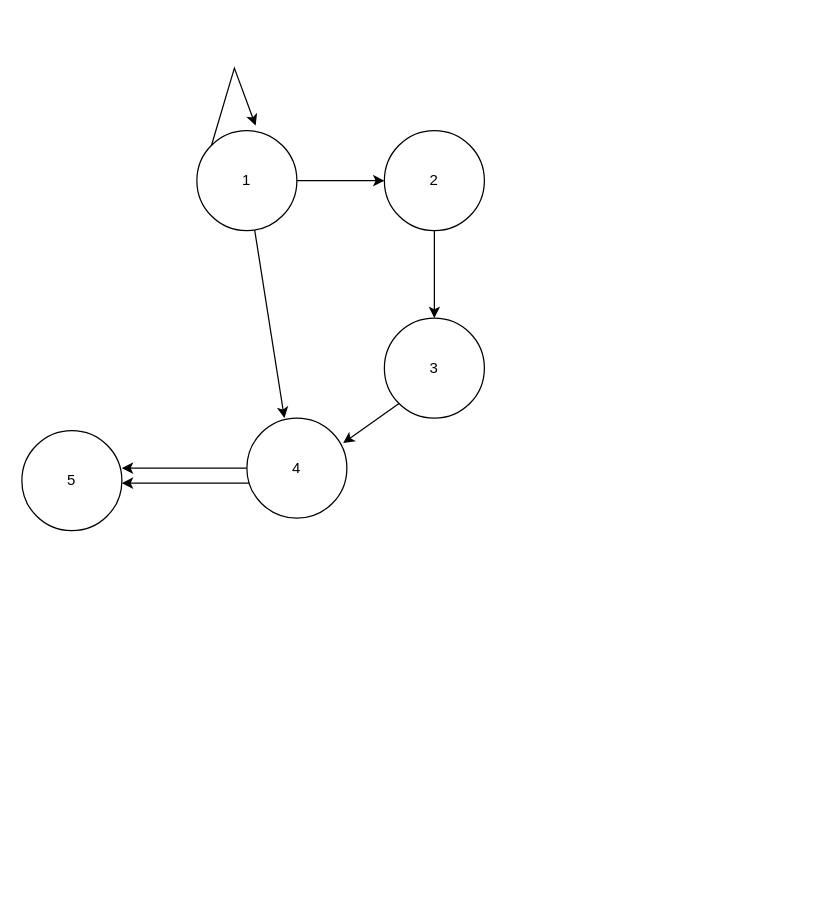
Above: cs224w_hw1.drawio in rajdeepd/draw_io (draw.io), before the change. Source tidied: cells renumbered, new cells numbered last; positions are measured from the earlier drawing's top-left corner, leaving out a move shared by most shapes. Both pictures are drawn from the tidied source at 125%, with x=0, y=0 at pixel (21, 68).
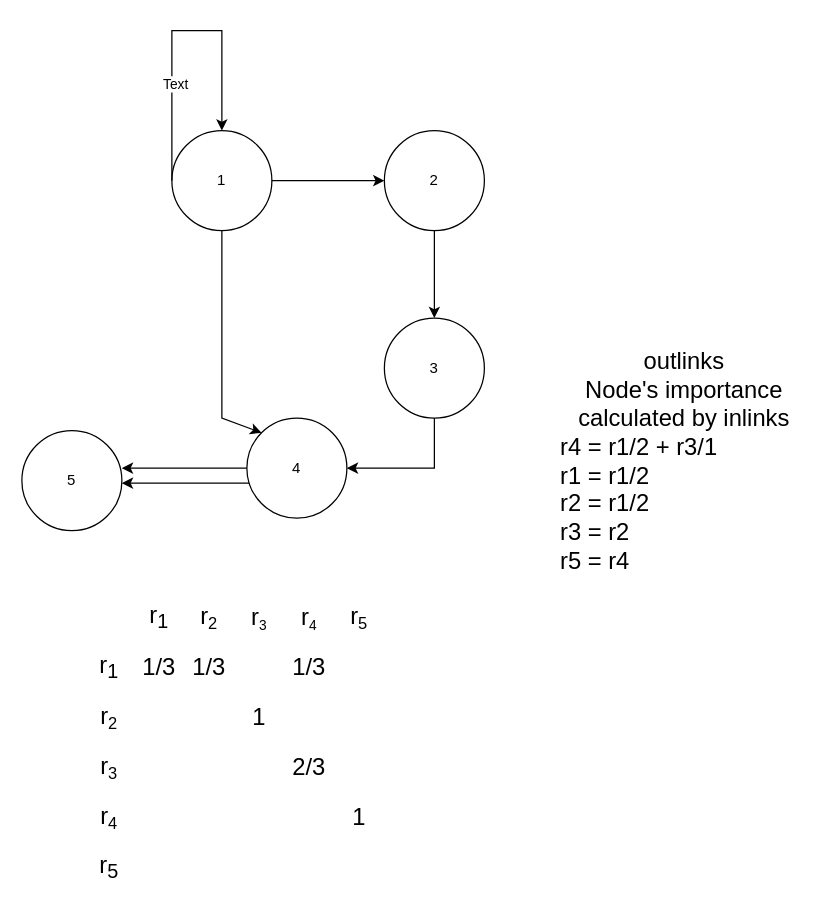
The same diagram, later.

Unchanged cells that the change refers to:
```xml
<mxCell id="4" value="3" style="ellipse;whiteSpace=wrap;html=1;" parent="1" vertex="1">
  <mxGeometry x="290" y="200" width="80" height="80" as="geometry" />
</mxCell>
<mxCell id="7" value="4" style="ellipse;whiteSpace=wrap;html=1;" parent="1" vertex="1">
  <mxGeometry x="180" y="280" width="80" height="80" as="geometry" />
</mxCell>
```

The edit, as a diff of the source:
```diff
@@
     <mxCell id="2" value="1" style="ellipse;whiteSpace=wrap;html=1;" parent="1" vertex="1">
-      <mxGeometry x="140" y="50" width="80" height="80" as="geometry" />
+      <mxGeometry x="120" y="50" width="80" height="80" as="geometry" />
     </mxCell>
@@
-    <mxCell id="9" style="endArrow=classic;html=1;rounded=0;exitX=0;exitY=1;exitDx=0;exitDy=0;entryX=0.963;entryY=0.25;entryDx=0;entryDy=0;entryPerimeter=0;" parent="1" edge="1" source="4" target="7">
-      <mxGeometry relative="1" as="geometry" />
+    <mxCell id="9" style="endArrow=classic;html=1;rounded=0;exitX=0.5;exitY=1;exitDx=0;exitDy=0;entryX=1;entryY=0.5;entryDx=0;entryDy=0;" parent="1" edge="1" source="4" target="7">
+      <mxGeometry relative="1" as="geometry">
+        <Array as="points">
+          <mxPoint x="330" y="320" />
+        </Array>
+      </mxGeometry>
     </mxCell>
@@
-    <mxCell id="11" style="endArrow=classic;html=1;rounded=0;entryX=0.375;entryY=0;entryDx=0;entryDy=0;entryPerimeter=0;" parent="1" edge="1" source="2" target="7">
-      <mxGeometry relative="1" as="geometry" />
+    <mxCell id="11" style="endArrow=classic;html=1;rounded=0;entryX=0;entryY=0;entryDx=0;entryDy=0;" parent="1" edge="1" source="2" target="7">
+      <mxGeometry relative="1" as="geometry">
+        <Array as="points">
+          <mxPoint x="160" y="200" />
+          <mxPoint x="160" y="280" />
+        </Array>
+      </mxGeometry>
     </mxCell>
@@
-    <mxCell id="13" style="edgeStyle=elbowEdgeStyle;elbow=vertical;endArrow=classic;html=1;rounded=0;exitX=0;exitY=0;exitDx=0;exitDy=0;entryX=0.588;entryY=-0.05;entryDx=0;entryDy=0;entryPerimeter=0;" parent="1" edge="1" source="2" target="2">
+    <mxCell id="13" style="edgeStyle=elbowEdgeStyle;elbow=horizontal;endArrow=classic;html=1;rounded=0;exitX=0;exitY=0.5;exitDx=0;exitDy=0;entryX=0.5;entryY=0;entryDx=0;entryDy=0;" parent="1" edge="1" source="2" target="2">
       <mxGeometry relative="1" as="geometry">
         <Array as="points">
-          <mxPoint x="170" />
+          <mxPoint x="160" y="-30" />
+          <mxPoint x="110" y="30" />
+          <mxPoint x="170" y="-20" />
+          <mxPoint x="190" y="-20" />
         </Array>
       </mxGeometry>
     </mxCell>
+    <mxCell id="14" value="Text" style="edgeLabel;html=1;align=center;verticalAlign=middle;" parent="13" vertex="1">
+      <mxGeometry x="-0.35" y="-2" relative="1" as="geometry" />
+    </mxCell>
+    <mxCell id="15" value="r&lt;sub&gt;1&lt;/sub&gt;" style="text;html=1;strokeColor=none;fillColor=none;align=center;verticalAlign=middle;whiteSpace=wrap;rounded=0;fontSize=19;" parent="1" vertex="1">
+      <mxGeometry x="50" y="460" width="40" height="40" as="geometry" />
+    </mxCell>
+    <mxCell id="16" value="r&lt;span style=&quot;font-size: 15.8333px;&quot;&gt;&lt;sub&gt;2&lt;/sub&gt;&lt;/span&gt;" style="text;html=1;strokeColor=none;fillColor=none;align=center;verticalAlign=middle;whiteSpace=wrap;rounded=0;fontSize=19;" parent="1" vertex="1">
+      <mxGeometry x="50" y="500" width="40" height="40" as="geometry" />
+    </mxCell>
+    <mxCell id="17" value="r&lt;span style=&quot;font-size: 15.8333px;&quot;&gt;&lt;sub&gt;3&lt;/sub&gt;&lt;/span&gt;" style="text;html=1;strokeColor=none;fillColor=none;align=center;verticalAlign=middle;whiteSpace=wrap;rounded=0;fontSize=19;" parent="1" vertex="1">
+      <mxGeometry x="50" y="540" width="40" height="40" as="geometry" />
+    </mxCell>
+    <mxCell id="18" value="r&lt;span style=&quot;font-size: 15.8333px;&quot;&gt;&lt;sub&gt;4&lt;/sub&gt;&lt;/span&gt;" style="text;html=1;strokeColor=none;fillColor=none;align=center;verticalAlign=middle;whiteSpace=wrap;rounded=0;fontSize=19;" parent="1" vertex="1">
+      <mxGeometry x="50" y="580" width="40" height="40" as="geometry" />
+    </mxCell>
+    <mxCell id="19" value="r&lt;sub&gt;1&lt;/sub&gt;" style="text;html=1;strokeColor=none;fillColor=none;align=center;verticalAlign=middle;whiteSpace=wrap;rounded=0;fontSize=19;" parent="1" vertex="1">
+      <mxGeometry x="90" y="420" width="40" height="40" as="geometry" />
+    </mxCell>
+    <mxCell id="20" value="r&lt;span style=&quot;font-size: 13.1944px;&quot;&gt;&lt;sub&gt;3&lt;/sub&gt;&lt;/span&gt;" style="text;html=1;strokeColor=none;fillColor=none;align=center;verticalAlign=middle;whiteSpace=wrap;rounded=0;fontSize=19;" parent="1" vertex="1">
+      <mxGeometry x="170" y="420" width="40" height="40" as="geometry" />
+    </mxCell>
+    <mxCell id="21" value="r&lt;span style=&quot;font-size: 15.8333px;&quot;&gt;&lt;sub&gt;2&lt;/sub&gt;&lt;/span&gt;" style="text;html=1;strokeColor=none;fillColor=none;align=center;verticalAlign=middle;whiteSpace=wrap;rounded=0;fontSize=19;" parent="1" vertex="1">
+      <mxGeometry x="130" y="420" width="40" height="40" as="geometry" />
+    </mxCell>
+    <mxCell id="22" value="r&lt;span style=&quot;font-size: 13.1944px;&quot;&gt;&lt;sub&gt;4&lt;/sub&gt;&lt;/span&gt;" style="text;html=1;strokeColor=none;fillColor=none;align=center;verticalAlign=middle;whiteSpace=wrap;rounded=0;fontSize=19;" parent="1" vertex="1">
+      <mxGeometry x="210" y="420" width="40" height="40" as="geometry" />
+    </mxCell>
+    <mxCell id="23" value="r&lt;span style=&quot;font-size: 15.8333px;&quot;&gt;&lt;sub&gt;5&lt;/sub&gt;&lt;/span&gt;" style="text;html=1;strokeColor=none;fillColor=none;align=center;verticalAlign=middle;whiteSpace=wrap;rounded=0;fontSize=19;" parent="1" vertex="1">
+      <mxGeometry x="250" y="420" width="40" height="40" as="geometry" />
+    </mxCell>
+    <mxCell id="24" value="r&lt;sub&gt;5&lt;/sub&gt;" style="text;html=1;strokeColor=none;fillColor=none;align=center;verticalAlign=middle;whiteSpace=wrap;rounded=0;fontSize=19;" parent="1" vertex="1">
+      <mxGeometry x="50" y="620" width="40" height="40" as="geometry" />
+    </mxCell>
+    <mxCell id="25" value="1/3" style="text;html=1;strokeColor=none;fillColor=none;align=center;verticalAlign=middle;whiteSpace=wrap;rounded=0;fontSize=19;" parent="1" vertex="1">
+      <mxGeometry x="90" y="460" width="40" height="40" as="geometry" />
+    </mxCell>
+    <mxCell id="26" value="1/3" style="text;html=1;strokeColor=none;fillColor=none;align=center;verticalAlign=middle;whiteSpace=wrap;rounded=0;fontSize=19;" parent="1" vertex="1">
+      <mxGeometry x="130" y="460" width="40" height="40" as="geometry" />
+    </mxCell>
+    <mxCell id="27" value="1/3" style="text;html=1;strokeColor=none;fillColor=none;align=center;verticalAlign=middle;whiteSpace=wrap;rounded=0;fontSize=19;" parent="1" vertex="1">
+      <mxGeometry x="210" y="460" width="40" height="40" as="geometry" />
+    </mxCell>
+    <mxCell id="28" value="1" style="text;html=1;strokeColor=none;fillColor=none;align=center;verticalAlign=middle;whiteSpace=wrap;rounded=0;fontSize=19;" parent="1" vertex="1">
+      <mxGeometry x="170" y="500" width="40" height="40" as="geometry" />
+    </mxCell>
+    <mxCell id="29" value="2/3" style="text;html=1;strokeColor=none;fillColor=none;align=center;verticalAlign=middle;whiteSpace=wrap;rounded=0;fontSize=19;" parent="1" vertex="1">
+      <mxGeometry x="210" y="540" width="40" height="40" as="geometry" />
+    </mxCell>
+    <mxCell id="30" value="1" style="text;html=1;strokeColor=none;fillColor=none;align=center;verticalAlign=middle;whiteSpace=wrap;rounded=0;fontSize=19;" parent="1" vertex="1">
+      <mxGeometry x="250" y="580" width="40" height="40" as="geometry" />
+    </mxCell>
+    <mxCell id="31" value="outlinks&lt;br&gt;Node's importance calculated by inlinks&lt;br&gt;&lt;div style=&quot;text-align: left;&quot;&gt;&lt;span style=&quot;background-color: initial;&quot;&gt;r4 = r1/2 + r3/1&lt;/span&gt;&lt;/div&gt;&lt;div style=&quot;text-align: left;&quot;&gt;&lt;span style=&quot;background-color: initial;&quot;&gt;r1 = r1/2&lt;/span&gt;&lt;/div&gt;&lt;div style=&quot;text-align: left;&quot;&gt;&lt;span style=&quot;background-color: initial;&quot;&gt;r2 = r1/2&lt;/span&gt;&lt;/div&gt;&lt;div style=&quot;text-align: left;&quot;&gt;&lt;span style=&quot;background-color: initial;&quot;&gt;r3 = r2&lt;/span&gt;&lt;/div&gt;&lt;div style=&quot;text-align: left;&quot;&gt;&lt;span style=&quot;background-color: initial;&quot;&gt;r5 = r4&lt;/span&gt;&lt;/div&gt;" style="text;html=1;strokeColor=none;fillColor=none;align=center;verticalAlign=middle;whiteSpace=wrap;rounded=0;fontSize=19;" parent="1" vertex="1">
+      <mxGeometry x="430" y="190" width="200" height="250" as="geometry" />
+    </mxCell>
```
